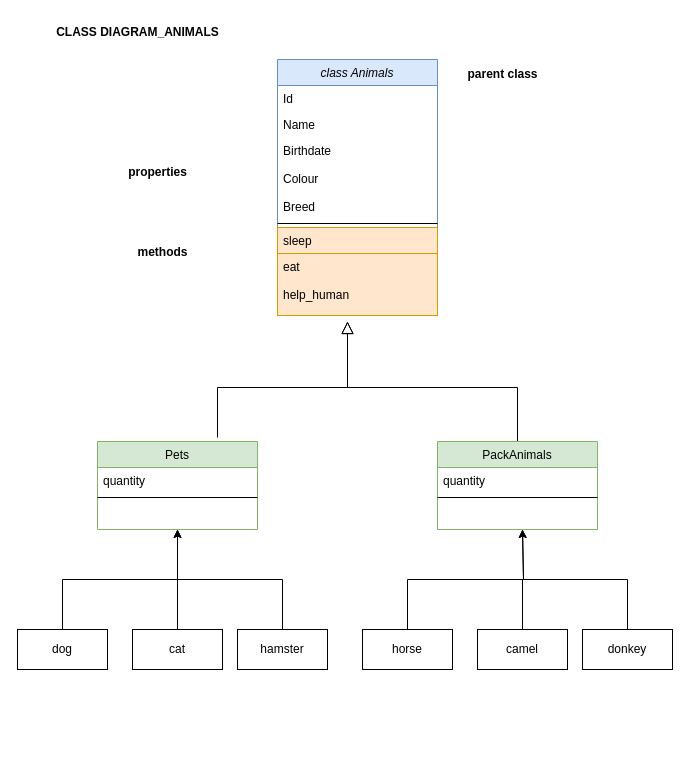
Above: Untitled Diagram.drawio in NastasyaChurashova/GB_FinalTask_Pets-PackAnimals (draw.io), before the change. Source tidied: cells renumbered, new cells numbered last; positions are measured from the earlier drawing's top-left corner, leaving out a move shared by most shapes. Both pictures are drawn from the tidied source at 100%, with x=0, y=0 at pixel (17, 17).
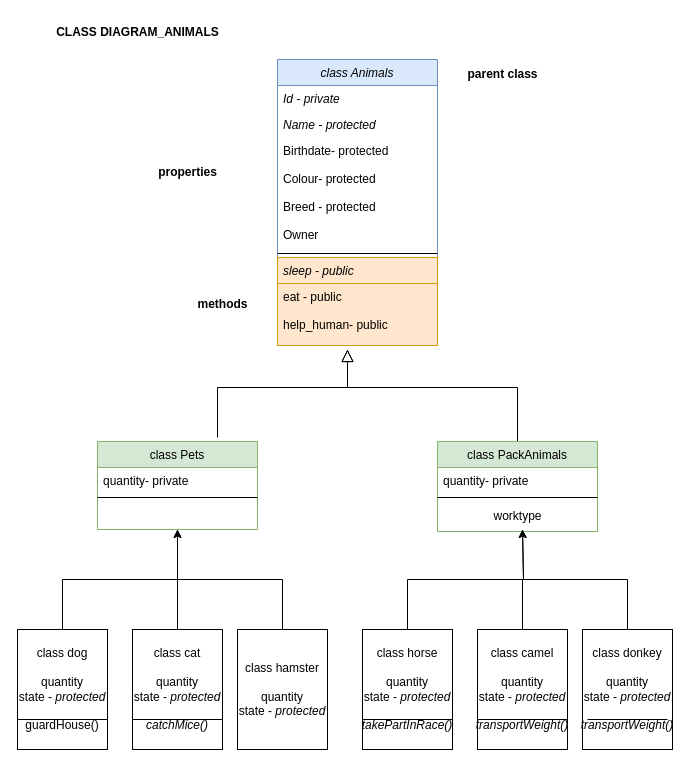
The same diagram, later.

Change to the diagram source:
```diff
@@
     <mxCell id="2" value="class Animals" style="swimlane;fontStyle=2;align=center;verticalAlign=top;horizontal=1;startSize=26;rounded=0;shadow=0;strokeWidth=1;fillColor=#dae8fc;strokeColor=#6c8ebf;" parent="1" vertex="1">
-      <mxGeometry x="260" y="42" width="160" height="256" as="geometry" />
+      <mxGeometry x="260" y="42" width="160" height="286" as="geometry" />
     </mxCell>
-    <mxCell id="3" value="Id" style="text;align=left;verticalAlign=top;spacingLeft=4;spacingRight=4;overflow=hidden;" parent="2" vertex="1">
+    <mxCell id="3" value="Id - private" style="text;align=left;verticalAlign=top;spacingLeft=4;spacingRight=4;overflow=hidden;fontStyle=2;" parent="2" vertex="1">
       <mxGeometry y="26" width="160" height="26" as="geometry" />
     </mxCell>
-    <mxCell id="4" value="Name" style="text;align=left;verticalAlign=top;spacingLeft=4;spacingRight=4;overflow=hidden;rounded=0;shadow=0;html=0;" parent="2" vertex="1">
+    <mxCell id="4" value="Name - protected" style="text;align=left;verticalAlign=top;spacingLeft=4;spacingRight=4;overflow=hidden;rounded=0;shadow=0;html=0;fontStyle=2;" parent="2" vertex="1">
       <mxGeometry y="52" width="160" height="26" as="geometry" />
     </mxCell>
-    <mxCell id="5" value="Birthdate&#10;&#10;Colour&#10;&#10;Breed" style="text;align=left;verticalAlign=top;spacingLeft=4;spacingRight=4;overflow=hidden;rounded=0;shadow=0;html=0;" parent="2" vertex="1">
-      <mxGeometry y="78" width="160" height="82" as="geometry" />
+    <mxCell id="5" value="Birthdate- protected&#10;&#10;Colour- protected&#10;&#10;Breed - protected&#10;&#10;Owner" style="text;align=left;verticalAlign=top;spacingLeft=4;spacingRight=4;overflow=hidden;rounded=0;shadow=0;html=0;" parent="2" vertex="1">
+      <mxGeometry y="78" width="160" height="112" as="geometry" />
     </mxCell>
     <mxCell id="6" style="line;html=1;strokeWidth=1;align=left;verticalAlign=middle;spacingTop=-1;spacingLeft=3;spacingRight=3;labelPosition=right;" parent="2" vertex="1">
-      <mxGeometry y="160" width="160" height="8" as="geometry" />
+      <mxGeometry y="190" width="160" height="8" as="geometry" />
     </mxCell>
-    <mxCell id="7" value="sleep" style="text;align=left;verticalAlign=top;spacingLeft=4;spacingRight=4;overflow=hidden;fillColor=#ffe6cc;strokeColor=#d79b00;" parent="2" vertex="1">
-      <mxGeometry y="168" width="160" height="26" as="geometry" />
+    <mxCell id="7" value="sleep - public" style="text;align=left;verticalAlign=top;spacingLeft=4;spacingRight=4;overflow=hidden;fillColor=#ffe6cc;strokeColor=#d79b00;fontStyle=2;" parent="2" vertex="1">
+      <mxGeometry y="198" width="160" height="26" as="geometry" />
     </mxCell>
-    <mxCell id="8" value="eat&#10;&#10;help_human" style="text;align=left;verticalAlign=top;spacingLeft=4;spacingRight=4;overflow=hidden;fillColor=#ffe6cc;strokeColor=#d79b00;" parent="2" vertex="1">
-      <mxGeometry y="194" width="160" height="62" as="geometry" />
+    <mxCell id="8" value="eat - public&#10;&#10;help_human- public" style="text;align=left;verticalAlign=top;spacingLeft=4;spacingRight=4;overflow=hidden;fillColor=#ffe6cc;strokeColor=#d79b00;" parent="2" vertex="1">
+      <mxGeometry y="224" width="160" height="62" as="geometry" />
     </mxCell>
-    <mxCell id="9" value="Pets" style="swimlane;fontStyle=0;align=center;verticalAlign=top;horizontal=1;startSize=26;rounded=0;shadow=0;strokeWidth=1;fillColor=#d5e8d4;strokeColor=#82b366;" parent="1" vertex="1">
+    <mxCell id="9" value="class Pets" style="swimlane;fontStyle=0;align=center;verticalAlign=top;horizontal=1;startSize=26;rounded=0;shadow=0;strokeWidth=1;fillColor=#d5e8d4;strokeColor=#82b366;" parent="1" vertex="1">
       <mxGeometry x="80" y="424" width="160" height="88" as="geometry" />
     </mxCell>
-    <mxCell id="10" value="quantity" style="text;align=left;verticalAlign=top;spacingLeft=4;spacingRight=4;overflow=hidden;" parent="9" vertex="1">
+    <mxCell id="10" value="quantity- private" style="text;align=left;verticalAlign=top;spacingLeft=4;spacingRight=4;overflow=hidden;" parent="9" vertex="1">
       <mxGeometry y="26" width="160" height="26" as="geometry" />
     </mxCell>
@@
     <mxCell id="12" style="endArrow=block;endSize=10;endFill=0;shadow=0;strokeWidth=1;rounded=0;curved=0;edgeStyle=elbowEdgeStyle;elbow=vertical;" parent="1" edge="1">
       <mxGeometry relative="1" as="geometry">
         <mxPoint x="200" y="420" as="sourcePoint" />
-        <mxPoint x="330" y="304" as="targetPoint" />
+        <mxPoint x="330" y="332" as="targetPoint" />
         <Array as="points">
           <mxPoint x="330" y="370" />
         </Array>
       </mxGeometry>
     </mxCell>
     <mxCell id="13" style="endArrow=block;endSize=10;endFill=0;shadow=0;strokeWidth=1;rounded=0;curved=0;edgeStyle=elbowEdgeStyle;elbow=vertical;exitX=0.5;exitY=0;exitDx=0;exitDy=0;" parent="1" edge="1" source="16">
       <mxGeometry relative="1" as="geometry">
-        <mxPoint x="330" y="304" as="targetPoint" />
+        <mxPoint x="330" y="332" as="targetPoint" />
         <Array as="points">
           <mxPoint x="330" y="370" />
           <mxPoint x="560" y="390" />
         </Array>
       </mxGeometry>
     </mxCell>
@@
-    <mxCell id="16" value="PackAnimals" style="swimlane;fontStyle=0;align=center;verticalAlign=top;horizontal=1;startSize=26;rounded=0;shadow=0;strokeWidth=1;fillColor=#d5e8d4;strokeColor=#82b366;" parent="1" vertex="1">
-      <mxGeometry x="420" y="424" width="160" height="88" as="geometry" />
+    <mxCell id="16" value="class PackAnimals" style="swimlane;fontStyle=0;align=center;verticalAlign=top;horizontal=1;startSize=26;rounded=0;shadow=0;strokeWidth=1;fillColor=#d5e8d4;strokeColor=#82b366;" parent="1" vertex="1">
+      <mxGeometry x="420" y="424" width="160" height="90" as="geometry" />
     </mxCell>
-    <mxCell id="17" value="quantity" style="text;align=left;verticalAlign=top;spacingLeft=4;spacingRight=4;overflow=hidden;" parent="16" vertex="1">
+    <mxCell id="17" value="quantity- private" style="text;align=left;verticalAlign=top;spacingLeft=4;spacingRight=4;overflow=hidden;" parent="16" vertex="1">
       <mxGeometry y="26" width="160" height="26" as="geometry" />
     </mxCell>
@@
+    <mxCell id="33" value="worktype" style="text;html=1;align=center;verticalAlign=middle;strokeColor=none;fillColor=none;" parent="16" vertex="1">
+      <mxGeometry y="60" width="160" height="30" as="geometry" />
+    </mxCell>
@@
-    <mxCell id="20" value="dog" style="rounded=0;whiteSpace=wrap;html=1;" parent="1" vertex="1">
-      <mxGeometry y="612" width="90" height="40" as="geometry" />
+    <mxCell id="20" value="class dog&lt;div&gt;&lt;br&gt;&lt;/div&gt;&lt;div&gt;&lt;span style=&quot;text-align: left; text-wrap-mode: nowrap;&quot;&gt;quantity&lt;/span&gt;&lt;/div&gt;&lt;div&gt;state - &lt;i&gt;protected&lt;/i&gt;&lt;/div&gt;&lt;div&gt;&lt;i&gt;&lt;br&gt;&lt;/i&gt;&lt;/div&gt;&lt;div&gt;guardHouse()&lt;/div&gt;" style="rounded=0;whiteSpace=wrap;html=1;" parent="1" vertex="1">
+      <mxGeometry y="612" width="90" height="120" as="geometry" />
     </mxCell>
-    <mxCell id="21" value="cat" style="rounded=0;whiteSpace=wrap;html=1;" parent="1" vertex="1">
-      <mxGeometry x="115" y="612" width="90" height="40" as="geometry" />
+    <mxCell id="21" value="class cat&lt;div&gt;&lt;br&gt;&lt;/div&gt;&lt;div&gt;&lt;div&gt;&lt;span style=&quot;text-align: left; text-wrap-mode: nowrap;&quot;&gt;quantity&lt;/span&gt;&lt;/div&gt;&lt;div&gt;state -&amp;nbsp;&lt;i&gt;protected&lt;/i&gt;&lt;/div&gt;&lt;/div&gt;&lt;div&gt;&lt;i&gt;&lt;br&gt;&lt;/i&gt;&lt;/div&gt;&lt;div&gt;&lt;i&gt;catchMice()&lt;/i&gt;&lt;/div&gt;" style="rounded=0;whiteSpace=wrap;html=1;" parent="1" vertex="1">
+      <mxGeometry x="115" y="612" width="90" height="120" as="geometry" />
     </mxCell>
@@
-    <mxCell id="23" value="hamster" style="rounded=0;whiteSpace=wrap;html=1;" parent="1" vertex="1">
-      <mxGeometry x="220" y="612" width="90" height="40" as="geometry" />
+    <mxCell id="23" value="class hamster&lt;div&gt;&lt;br&gt;&lt;/div&gt;&lt;div&gt;&lt;div&gt;&lt;span style=&quot;text-align: left; text-wrap-mode: nowrap;&quot;&gt;quantity&lt;/span&gt;&lt;/div&gt;&lt;div&gt;state -&amp;nbsp;&lt;i&gt;protected&lt;/i&gt;&lt;/div&gt;&lt;/div&gt;" style="rounded=0;whiteSpace=wrap;html=1;" parent="1" vertex="1">
+      <mxGeometry x="220" y="612" width="90" height="120" as="geometry" />
     </mxCell>
@@
-    <mxCell id="26" value="horse" style="rounded=0;whiteSpace=wrap;html=1;" parent="1" vertex="1">
-      <mxGeometry x="345" y="612" width="90" height="40" as="geometry" />
+    <mxCell id="26" value="class horse&lt;div&gt;&lt;br&gt;&lt;/div&gt;&lt;div&gt;&lt;div&gt;&lt;span style=&quot;text-align: left; text-wrap-mode: nowrap;&quot;&gt;quantity&lt;/span&gt;&lt;/div&gt;&lt;div&gt;state -&amp;nbsp;&lt;i&gt;protected&lt;/i&gt;&lt;/div&gt;&lt;/div&gt;&lt;div&gt;&lt;i&gt;&lt;br&gt;&lt;/i&gt;&lt;/div&gt;&lt;div&gt;&lt;i&gt;takePartInRace()&lt;/i&gt;&lt;/div&gt;" style="rounded=0;whiteSpace=wrap;html=1;" parent="1" vertex="1">
+      <mxGeometry x="345" y="612" width="90" height="120" as="geometry" />
     </mxCell>
-    <mxCell id="27" value="camel" style="rounded=0;whiteSpace=wrap;html=1;" parent="1" vertex="1">
-      <mxGeometry x="460" y="612" width="90" height="40" as="geometry" />
+    <mxCell id="27" value="class camel&lt;div&gt;&lt;br&gt;&lt;/div&gt;&lt;div&gt;&lt;div&gt;&lt;span style=&quot;text-align: left; text-wrap-mode: nowrap;&quot;&gt;quantity&lt;/span&gt;&lt;/div&gt;&lt;div&gt;state -&amp;nbsp;&lt;i&gt;protected&lt;/i&gt;&lt;/div&gt;&lt;/div&gt;&lt;div&gt;&lt;i&gt;&lt;br&gt;&lt;/i&gt;&lt;/div&gt;&lt;div&gt;&lt;i&gt;transportWeight()&lt;/i&gt;&lt;/div&gt;" style="rounded=0;whiteSpace=wrap;html=1;" parent="1" vertex="1">
+      <mxGeometry x="460" y="612" width="90" height="120" as="geometry" />
     </mxCell>
@@
-    <mxCell id="29" value="donkey" style="rounded=0;whiteSpace=wrap;html=1;" parent="1" vertex="1">
-      <mxGeometry x="565" y="612" width="90" height="40" as="geometry" />
+    <mxCell id="29" value="class donkey&lt;div&gt;&lt;br&gt;&lt;/div&gt;&lt;div&gt;&lt;div&gt;&lt;span style=&quot;text-align: left; text-wrap-mode: nowrap;&quot;&gt;quantity&lt;/span&gt;&lt;/div&gt;&lt;div&gt;state -&amp;nbsp;&lt;i&gt;protected&lt;/i&gt;&lt;/div&gt;&lt;/div&gt;&lt;div&gt;&lt;i&gt;&lt;br&gt;&lt;/i&gt;&lt;/div&gt;&lt;div&gt;&lt;i&gt;transportWeight()&lt;/i&gt;&lt;i&gt;&lt;/i&gt;&lt;/div&gt;" style="rounded=0;whiteSpace=wrap;html=1;" parent="1" vertex="1">
+      <mxGeometry x="565" y="612" width="90" height="120" as="geometry" />
     </mxCell>
@@
     <mxCell id="31" value="properties" style="text;html=1;align=center;verticalAlign=middle;strokeColor=none;fillColor=none;fontStyle=1;" parent="1" vertex="1">
-      <mxGeometry x="100" y="140" width="80" height="30" as="geometry" />
+      <mxGeometry x="130" y="140" width="80" height="30" as="geometry" />
     </mxCell>
     <mxCell id="32" value="methods" style="text;html=1;align=center;verticalAlign=middle;strokeColor=none;fillColor=none;fontStyle=1;" parent="1" vertex="1">
-      <mxGeometry x="110" y="220" width="70" height="30" as="geometry" />
+      <mxGeometry x="170" y="272" width="70" height="30" as="geometry" />
     </mxCell>
+    <mxCell id="34" style="endArrow=none;html=1;rounded=0;" parent="1" edge="1" target="20">
+      <mxGeometry relative="1" as="geometry">
+        <mxPoint y="702" as="sourcePoint" />
+        <Array as="points">
+          <mxPoint x="90" y="702" />
+        </Array>
+      </mxGeometry>
+    </mxCell>
+    <mxCell id="35" style="endArrow=none;html=1;rounded=0;" parent="1" edge="1">
+      <mxGeometry relative="1" as="geometry">
+        <mxPoint x="115" y="702" as="sourcePoint" />
+        <mxPoint x="205" y="702" as="targetPoint" />
+        <Array as="points">
+          <mxPoint x="205" y="702" />
+        </Array>
+      </mxGeometry>
+    </mxCell>
+    <mxCell id="36" style="endArrow=none;html=1;rounded=0;" parent="1" edge="1">
+      <mxGeometry relative="1" as="geometry">
+        <mxPoint x="345" y="702" as="sourcePoint" />
+        <mxPoint x="435" y="702" as="targetPoint" />
+        <Array as="points">
+          <mxPoint x="435" y="702" />
+        </Array>
+      </mxGeometry>
+    </mxCell>
+    <mxCell id="37" style="endArrow=none;html=1;rounded=0;" parent="1" edge="1">
+      <mxGeometry relative="1" as="geometry">
+        <mxPoint x="460" y="702" as="sourcePoint" />
+        <mxPoint x="550" y="702" as="targetPoint" />
+        <Array as="points">
+          <mxPoint x="550" y="702" />
+        </Array>
+      </mxGeometry>
+    </mxCell>
+    <mxCell id="38" style="endArrow=none;html=1;rounded=0;" parent="1" edge="1">
+      <mxGeometry relative="1" as="geometry">
+        <mxPoint x="570" y="702" as="sourcePoint" />
+        <mxPoint x="650" y="702" as="targetPoint" />
+        <Array as="points">
+          <mxPoint x="650" y="702" />
+        </Array>
+      </mxGeometry>
+    </mxCell>
```
